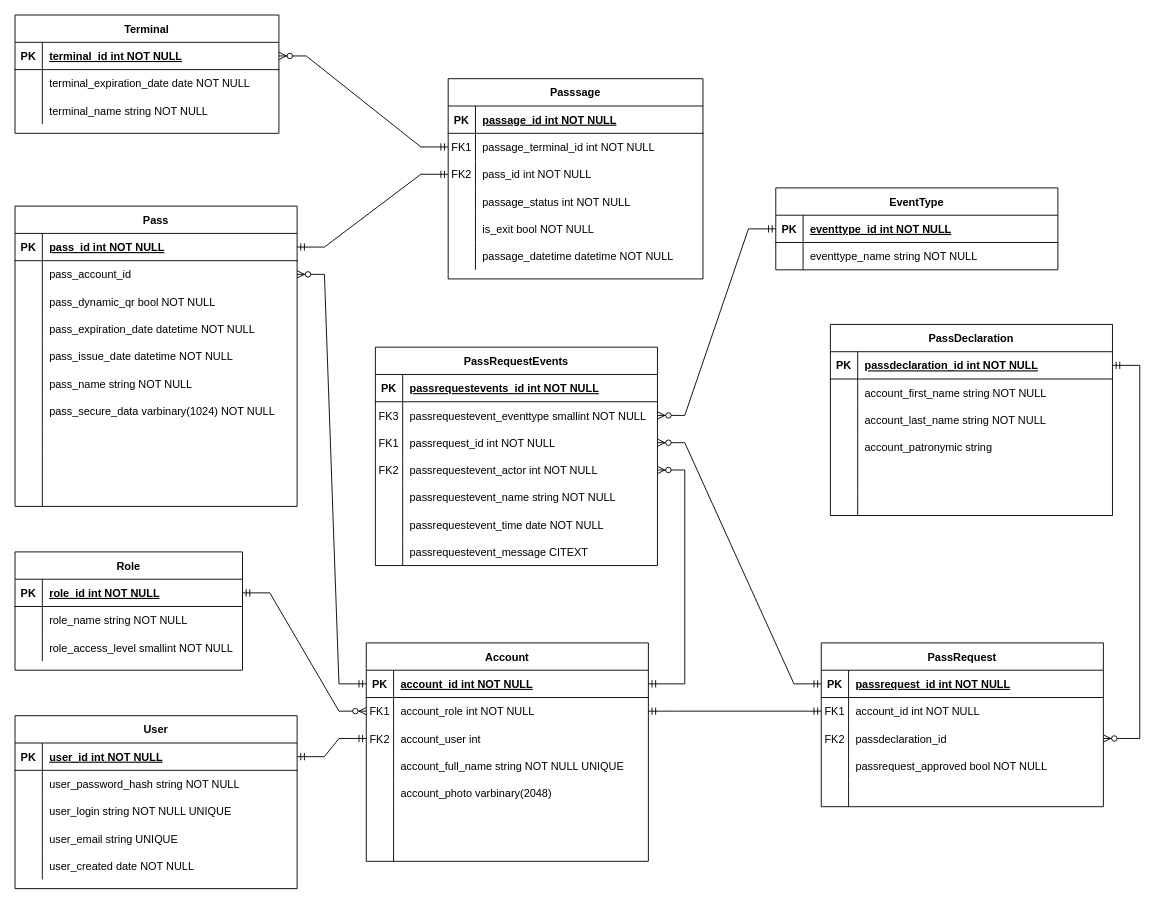
The draw.io diagram docs/drawio/DatalogicalDiagram.drawio in Mon-Keys/vision, before the edit. Source tidied: cells renumbered, new cells numbered last; positions are measured from the earlier drawing's top-left corner, leaving out a move shared by most shapes. Both pictures are drawn from the tidied source at 91%, with x=0, y=0 at pixel (15, 15).
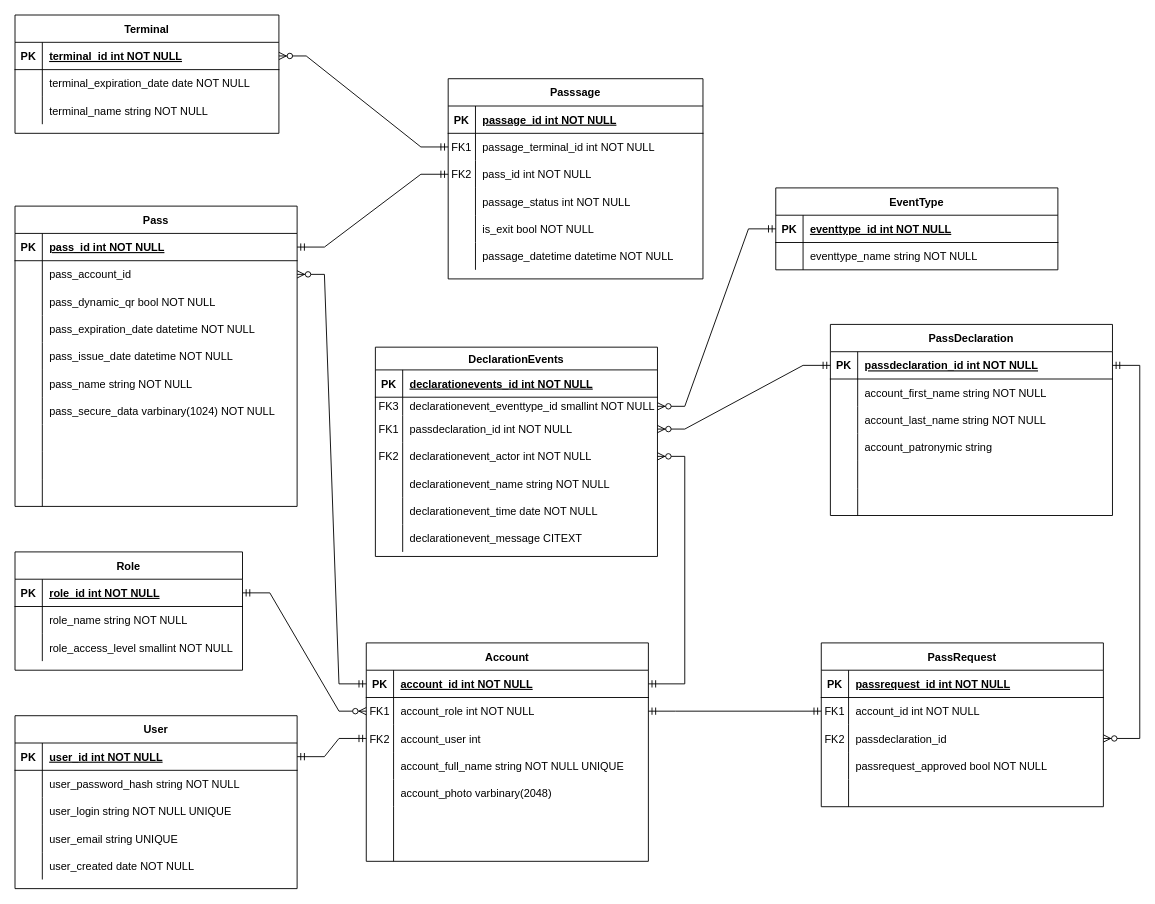
The same page after the edit.

Unchanged cells that the change refers to:
```xml
<mxCell id="114" style="shape=partialRectangle;fillColor=none;points=[[0,0.5],[1,0.5]];portConstraint=eastwest;top=0;left=0;right=0;bottom=1;" parent="113" vertex="1">
  <mxGeometry y="30" width="310" height="30" as="geometry" />
</mxCell>
<mxCell id="130" style="shape=partialRectangle;fillColor=none;points=[[0,0.5],[1,0.5]];portConstraint=eastwest;top=0;left=0;right=0;bottom=1;" parent="129" vertex="1">
  <mxGeometry y="30" width="310" height="30" as="geometry" />
</mxCell>
```

Diff of the diagram source:
```diff
@@
-    <mxCell id="152" value="PassRequestEvents" style="shape=table;startSize=30;childLayout=tableLayout;rowLines=0;fontStyle=1;align=center;" parent="1" vertex="1">
-      <mxGeometry x="396" y="365" width="310" height="240" as="geometry" />
+    <mxCell id="152" value="DeclarationEvents" style="shape=table;startSize=25;childLayout=tableLayout;rowLines=0;fontStyle=1;align=center;" parent="1" vertex="1">
+      <mxGeometry x="396" y="365" width="310" height="230" as="geometry" />
     </mxCell>
     <mxCell id="153" style="shape=partialRectangle;fillColor=none;top=0;left=0;right=0;bottom=1;" parent="152" vertex="1">
-      <mxGeometry y="30" width="310" height="30" as="geometry" />
+      <mxGeometry y="25" width="310" height="30" as="geometry" />
     </mxCell>
@@
-    <mxCell id="155" value="passrequestevents_id int NOT NULL " style="shape=partialRectangle;overflow=hidden;fillColor=none;top=0;left=0;bottom=0;right=0;align=left;spacingLeft=6;fontStyle=5;" parent="153" vertex="1">
+    <mxCell id="155" value="declarationevents_id int NOT NULL " style="shape=partialRectangle;overflow=hidden;fillColor=none;top=0;left=0;bottom=0;right=0;align=left;spacingLeft=6;fontStyle=5;" parent="153" vertex="1">
       <mxGeometry x="30" width="280" height="30" as="geometry" />
     </mxCell>
     <mxCell id="156" style="shape=partialRectangle;fillColor=none;points=[[0,0.5],[1,0.5]];portConstraint=eastwest;top=0;left=0;right=0;bottom=0;" parent="152" vertex="1">
-      <mxGeometry y="60" width="310" height="30" as="geometry" />
+      <mxGeometry y="55" width="310" height="20" as="geometry" />
     </mxCell>
     <mxCell id="157" value="FK3" style="shape=partialRectangle;overflow=hidden;fillColor=none;top=0;left=0;bottom=0;right=0;" parent="156" vertex="1">
-      <mxGeometry width="30" height="30" as="geometry" />
+      <mxGeometry width="30" height="20" as="geometry" />
     </mxCell>
-    <mxCell id="158" value="passrequestevent_eventtype smallint NOT NULL" style="shape=partialRectangle;overflow=hidden;fillColor=none;top=0;left=0;bottom=0;right=0;align=left;spacingLeft=6;" parent="156" vertex="1">
-      <mxGeometry x="30" width="280" height="30" as="geometry" />
+    <mxCell id="158" value="declarationevent_eventtype_id smallint NOT NULL" style="shape=partialRectangle;overflow=hidden;fillColor=none;top=0;left=0;bottom=0;right=0;align=left;spacingLeft=6;" parent="156" vertex="1">
+      <mxGeometry x="30" width="280" height="20" as="geometry" />
     </mxCell>
     <mxCell id="159" style="shape=partialRectangle;fillColor=none;points=[[0,0.5],[1,0.5]];portConstraint=eastwest;top=0;left=0;right=0;bottom=0;" parent="152" vertex="1">
-      <mxGeometry y="90" width="310" height="30" as="geometry" />
+      <mxGeometry y="75" width="310" height="30" as="geometry" />
     </mxCell>
@@
-    <mxCell id="161" value="passrequest_id int NOT NULL" style="shape=partialRectangle;overflow=hidden;fillColor=none;top=0;left=0;bottom=0;right=0;align=left;spacingLeft=6;" parent="159" vertex="1">
+    <mxCell id="161" value="passdeclaration_id int NOT NULL" style="shape=partialRectangle;overflow=hidden;fillColor=none;top=0;left=0;bottom=0;right=0;align=left;spacingLeft=6;" parent="159" vertex="1">
       <mxGeometry x="30" width="280" height="30" as="geometry" />
     </mxCell>
     <mxCell id="162" style="shape=partialRectangle;fillColor=none;points=[[0,0.5],[1,0.5]];portConstraint=eastwest;top=0;left=0;right=0;bottom=0;" parent="152" vertex="1">
-      <mxGeometry y="120" width="310" height="30" as="geometry" />
+      <mxGeometry y="105" width="310" height="30" as="geometry" />
     </mxCell>
@@
-    <mxCell id="164" value="passrequestevent_actor int NOT NULL" style="shape=partialRectangle;overflow=hidden;fillColor=none;top=0;left=0;bottom=0;right=0;align=left;spacingLeft=6;" parent="162" vertex="1">
+    <mxCell id="164" value="declarationevent_actor int NOT NULL" style="shape=partialRectangle;overflow=hidden;fillColor=none;top=0;left=0;bottom=0;right=0;align=left;spacingLeft=6;" parent="162" vertex="1">
       <mxGeometry x="30" width="280" height="30" as="geometry" />
     </mxCell>
     <mxCell id="165" style="shape=partialRectangle;fillColor=none;top=0;left=0;right=0;bottom=0;" parent="152" vertex="1">
-      <mxGeometry y="150" width="310" height="30" as="geometry" />
+      <mxGeometry y="135" width="310" height="30" as="geometry" />
     </mxCell>
@@
-    <mxCell id="167" value="passrequestevent_name string NOT NULL" style="shape=partialRectangle;overflow=hidden;fillColor=none;top=0;left=0;bottom=0;right=0;align=left;spacingLeft=6;" parent="165" vertex="1">
+    <mxCell id="167" value="declarationevent_name string NOT NULL" style="shape=partialRectangle;overflow=hidden;fillColor=none;top=0;left=0;bottom=0;right=0;align=left;spacingLeft=6;" parent="165" vertex="1">
       <mxGeometry x="30" width="280" height="30" as="geometry" />
     </mxCell>
     <mxCell id="168" style="shape=partialRectangle;fillColor=none;top=0;left=0;right=0;bottom=0;" parent="152" vertex="1">
-      <mxGeometry y="180" width="310" height="30" as="geometry" />
+      <mxGeometry y="165" width="310" height="30" as="geometry" />
     </mxCell>
@@
-    <mxCell id="170" value="passrequestevent_time date NOT NULL" style="shape=partialRectangle;overflow=hidden;fillColor=none;top=0;left=0;bottom=0;right=0;align=left;spacingLeft=6;" parent="168" vertex="1">
+    <mxCell id="170" value="declarationevent_time date NOT NULL" style="shape=partialRectangle;overflow=hidden;fillColor=none;top=0;left=0;bottom=0;right=0;align=left;spacingLeft=6;" parent="168" vertex="1">
       <mxGeometry x="30" width="280" height="30" as="geometry" />
     </mxCell>
     <mxCell id="171" style="shape=partialRectangle;fillColor=none;top=0;left=0;right=0;bottom=0;" parent="152" vertex="1">
-      <mxGeometry y="210" width="310" height="30" as="geometry" />
+      <mxGeometry y="195" width="310" height="30" as="geometry" />
     </mxCell>
@@
-    <mxCell id="173" value="passrequestevent_message CITEXT" style="shape=partialRectangle;overflow=hidden;fillColor=none;top=0;left=0;bottom=0;right=0;align=left;spacingLeft=6;" parent="171" vertex="1">
+    <mxCell id="173" value="declarationevent_message CITEXT" style="shape=partialRectangle;overflow=hidden;fillColor=none;top=0;left=0;bottom=0;right=0;align=left;spacingLeft=6;" parent="171" vertex="1">
       <mxGeometry x="30" width="280" height="30" as="geometry" />
     </mxCell>
-    <mxCell id="174" style="edgeStyle=entityRelationEdgeStyle;fontSize=12;html=1;endArrow=ERzeroToMany;startArrow=ERmandOne;rounded=0;entryX=1;entryY=0.5;entryDx=0;entryDy=0;exitX=0;exitY=0.5;exitDx=0;exitDy=0;" parent="1" edge="1" source="114" target="159">
+    <mxCell id="174" style="edgeStyle=entityRelationEdgeStyle;fontSize=12;html=1;endArrow=ERzeroToMany;startArrow=ERmandOne;rounded=0;entryX=1;entryY=0.5;entryDx=0;entryDy=0;exitX=0;exitY=0.5;exitDx=0;exitDy=0;" parent="1" edge="1" source="130" target="159">
       <mxGeometry relative="1" as="geometry" />
     </mxCell>
```
